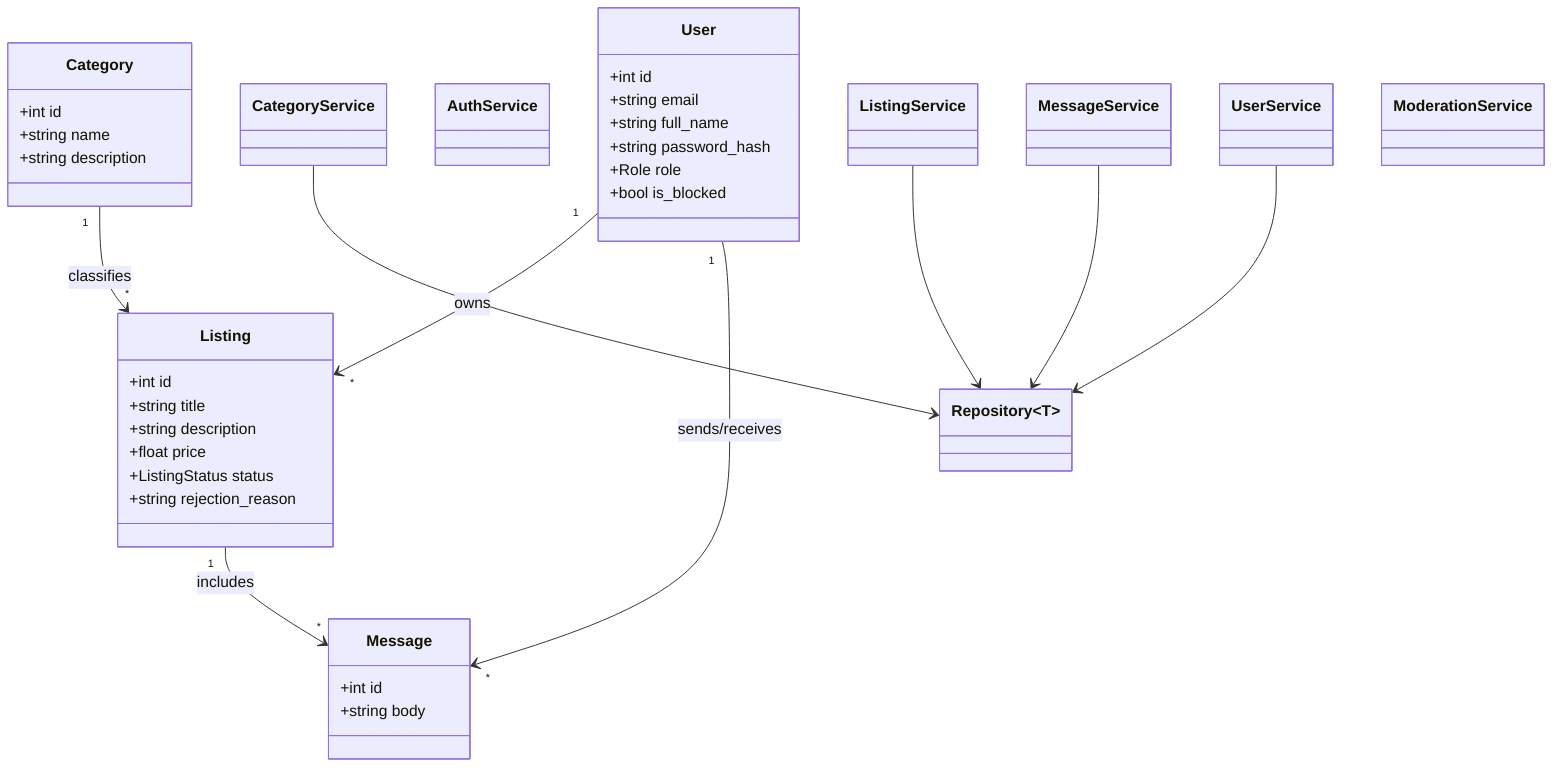
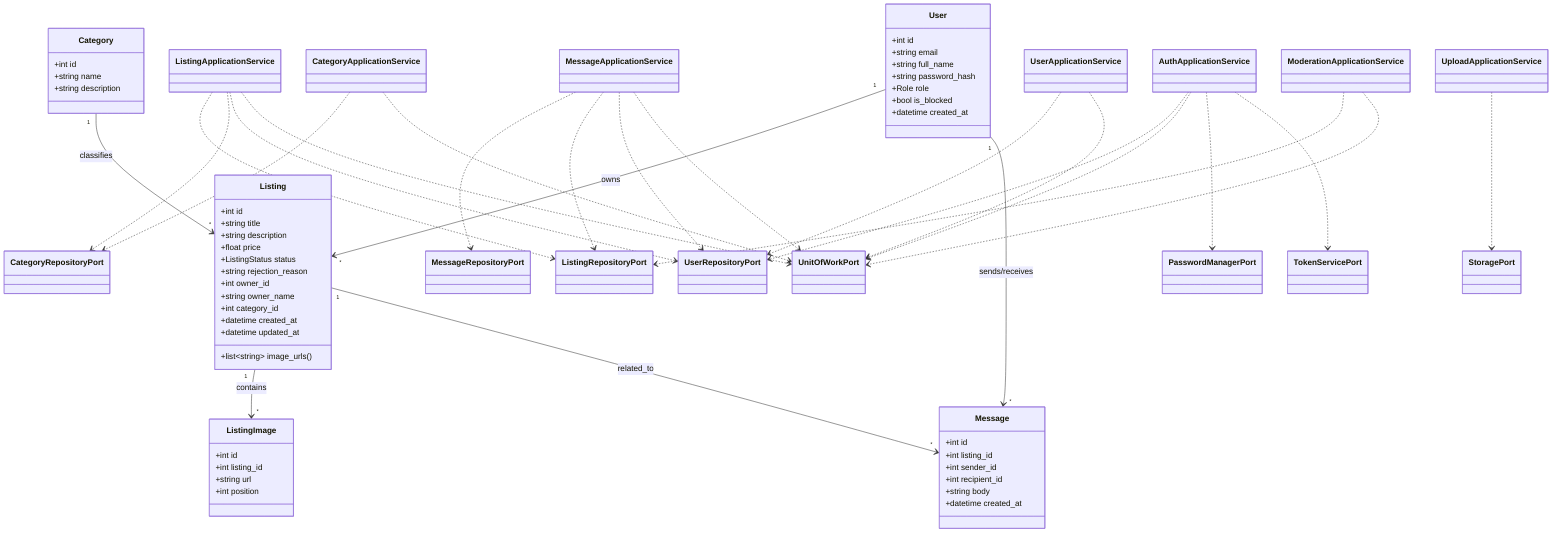
classDiagram
    class User {
        +int id
        +string email
        +string full_name
        +string password_hash
        +Role role
        +bool is_blocked
+         +datetime created_at
    }

    class Category {
        +int id
        +string name
        +string description
+     }
+ 
+     class ListingImage {
+         +int id
+         +int listing_id
+         +string url
+         +int position
    }

    class Listing {
        +int id
        +string title
        +string description
        +float price
        +ListingStatus status
        +string rejection_reason
+         +int owner_id
+         +string owner_name
+         +int category_id
+         +datetime created_at
+         +datetime updated_at
+         +list~string~ image_urls()
    }

    class Message {
        +int id
+         +int listing_id
+         +int sender_id
+         +int recipient_id
        +string body
+         +datetime created_at
    }

-     class AuthService
-     class UserService
-     class CategoryService
-     class ListingService
-     class MessageService
-     class ModerationService
-     class Repository~T~
+     class AuthApplicationService
+     class CategoryApplicationService
+     class ListingApplicationService
+     class MessageApplicationService
+     class ModerationApplicationService
+     class UserApplicationService
+     class UploadApplicationService
+ 
+     class UserRepositoryPort
+     class CategoryRepositoryPort
+     class ListingRepositoryPort
+     class MessageRepositoryPort
+     class UnitOfWorkPort
+     class PasswordManagerPort
+     class TokenServicePort
+     class StoragePort

    User "1" --> "*" Listing : owns
    Category "1" --> "*" Listing : classifies
-     Listing "1" --> "*" Message : includes
+     Listing "1" --> "*" ListingImage : contains
+     Listing "1" --> "*" Message : related_to
    User "1" --> "*" Message : sends/receives
-     CategoryService --> Repository~T~
-     ListingService --> Repository~T~
-     MessageService --> Repository~T~
-     UserService --> Repository~T~
+ 
+     AuthApplicationService ..> UserRepositoryPort
+     AuthApplicationService ..> UnitOfWorkPort
+     AuthApplicationService ..> PasswordManagerPort
+     AuthApplicationService ..> TokenServicePort
+     CategoryApplicationService ..> CategoryRepositoryPort
+     CategoryApplicationService ..> UnitOfWorkPort
+     ListingApplicationService ..> ListingRepositoryPort
+     ListingApplicationService ..> CategoryRepositoryPort
+     ListingApplicationService ..> UserRepositoryPort
+     ListingApplicationService ..> UnitOfWorkPort
+     MessageApplicationService ..> MessageRepositoryPort
+     MessageApplicationService ..> ListingRepositoryPort
+     MessageApplicationService ..> UserRepositoryPort
+     MessageApplicationService ..> UnitOfWorkPort
+     ModerationApplicationService ..> ListingRepositoryPort
+     ModerationApplicationService ..> UnitOfWorkPort
+     UserApplicationService ..> UserRepositoryPort
+     UserApplicationService ..> UnitOfWorkPort
+     UploadApplicationService ..> StoragePort
